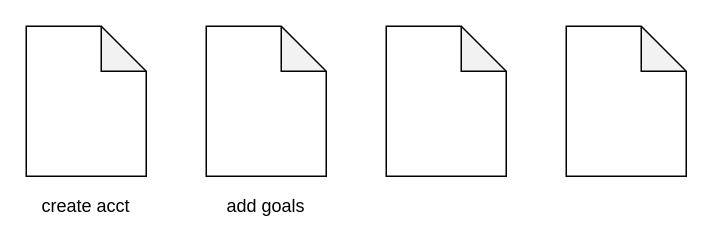
Above: Untitled Diagram.drawio in wvha/sendgoals (draw.io), before the change. Source tidied: cells renumbered, new cells numbered last; positions are measured from the earlier drawing's top-left corner, leaving out a move shared by most shapes. Both pictures are drawn from the tidied source at 150%, with x=0, y=0 at pixel (26, 26).
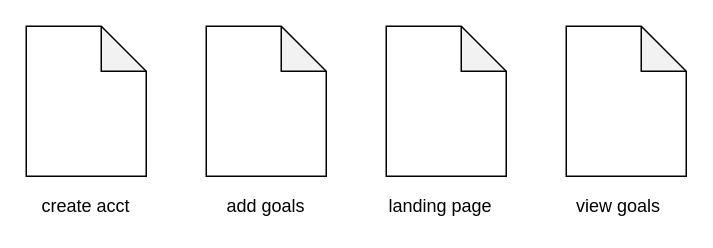
The same diagram, later.

What changed in the source:
```diff
@@
 <mxGraphModel>
   <root>
     <mxCell id="0" />
     <mxCell id="1" parent="0" />
     <mxCell id="2" style="shape=note;whiteSpace=wrap;html=1;backgroundOutline=1;darkOpacity=0.05;" parent="1" vertex="1">
       <mxGeometry width="80" height="100" as="geometry" />
     </mxCell>
     <mxCell id="3" style="shape=note;whiteSpace=wrap;html=1;backgroundOutline=1;darkOpacity=0.05;" parent="1" vertex="1">
       <mxGeometry x="120" width="80" height="100" as="geometry" />
     </mxCell>
     <mxCell id="4" style="shape=note;whiteSpace=wrap;html=1;backgroundOutline=1;darkOpacity=0.05;" parent="1" vertex="1">
       <mxGeometry x="240" width="80" height="100" as="geometry" />
     </mxCell>
     <mxCell id="5" style="shape=note;whiteSpace=wrap;html=1;backgroundOutline=1;darkOpacity=0.05;" parent="1" vertex="1">
       <mxGeometry x="360" width="80" height="100" as="geometry" />
     </mxCell>
     <mxCell id="6" value="create acct" style="text;html=1;strokeColor=none;fillColor=none;align=center;verticalAlign=middle;whiteSpace=wrap;rounded=0;" parent="1" vertex="1">
       <mxGeometry y="110" width="80" height="20" as="geometry" />
     </mxCell>
     <mxCell id="7" value="add goals" style="text;html=1;strokeColor=none;fillColor=none;align=center;verticalAlign=middle;whiteSpace=wrap;rounded=0;" parent="1" vertex="1">
       <mxGeometry x="120" y="110" width="80" height="20" as="geometry" />
     </mxCell>
+    <mxCell id="8" value="landing page" style="text;html=1;align=left;verticalAlign=top;spacingTop=-4;" parent="1" vertex="1">
+      <mxGeometry x="240" y="110" width="80" height="20" as="geometry" />
+    </mxCell>
+    <mxCell id="9" value="view goals" style="text;html=1;align=left;verticalAlign=top;spacingTop=-4;" parent="1" vertex="1">
+      <mxGeometry x="365" y="110" width="70" height="20" as="geometry" />
+    </mxCell>
   </root>
 </mxGraphModel>
```
